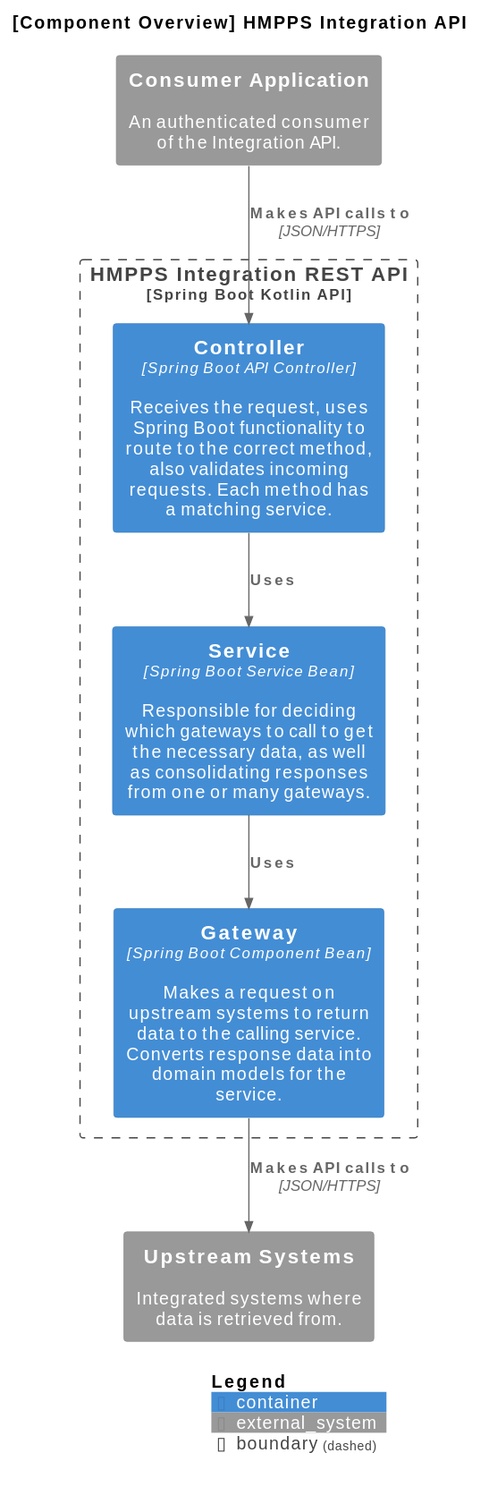
Before: docs/diagrams/component-overview.svg, a diagram exported from PlantUML (ministryofjustice/hmpps-integration-api). Its diagram source:
```plantuml
@startuml
!include https://raw.githubusercontent.com/plantuml-stdlib/C4-PlantUML/master/C4_Container.puml

skinparam linetype polyline

title [Component Overview] HMPPS Integration API

System_Ext(consumer, "Consumer Application", "An authenticated consumer of the Integration API.")

Boundary(spring_boot_api, "HMPPS Integration REST API", "Spring Boot Kotlin API"){
    Container(controller, "Controller", "Spring Boot API Controller", "Receives the request, uses Spring Boot functionality to route to the correct method, also validates incoming requests. Each method has a matching service.")
    Container(service, "Service", "Spring Boot Service Bean", "Responsible for deciding which gateways to call to get the necessary data, as well as consolidating responses from one or many gateways.")
    Container(gateway, "Gateway", "Spring Boot Component Bean", "Makes a request on upstream systems to return data to the calling service. Converts response data into domain models for the service.")
}

System_Ext(upstream, "Upstream Systems", "Integrated systems where data is retrieved from.")


Rel(consumer, controller, "Makes API calls to", "JSON/HTTPS")
Rel_Down(controller, service, "Uses")
Rel_Down(service, gateway, "Uses")
Rel_Down(gateway, upstream, "Makes API calls to", "JSON/HTTPS")

SHOW_DYNAMIC_LEGEND()
@enduml
```
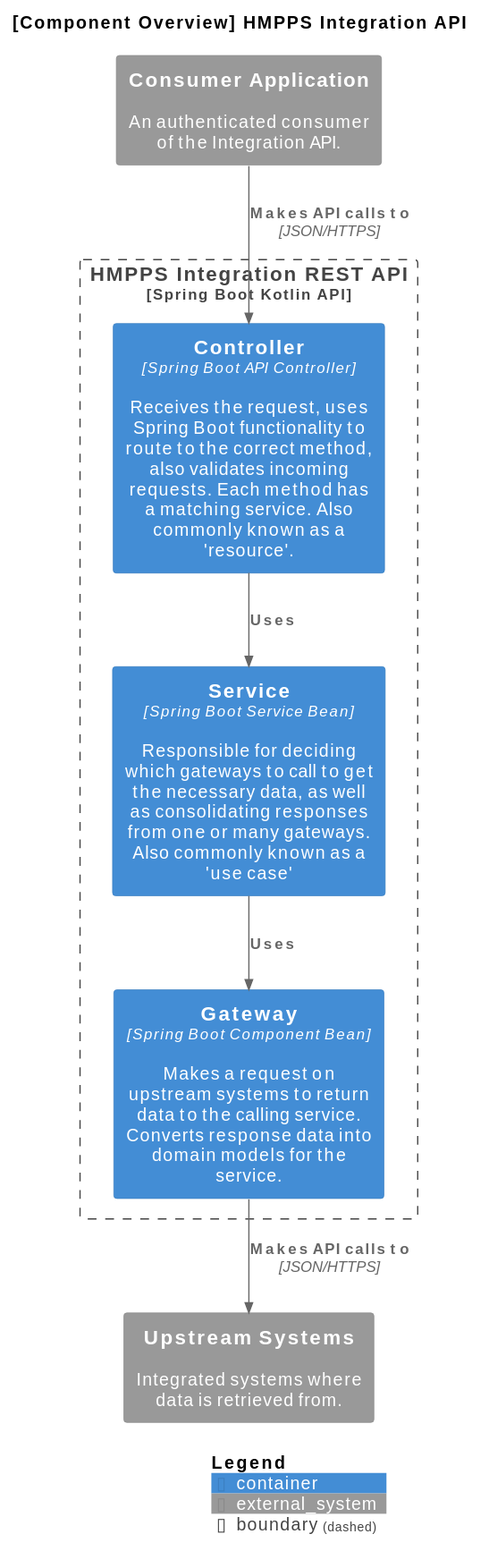
The same diagram one commit later.

Commit message:
Exported .PUML PlantUML diagrams to .SVG

The edit, as a diff of the source:
```diff
@@ -8,8 +8,8 @@
 System_Ext(consumer, "Consumer Application", "An authenticated consumer of the Integration API.")
 
 Boundary(spring_boot_api, "HMPPS Integration REST API", "Spring Boot Kotlin API"){
-    Container(controller, "Controller", "Spring Boot API Controller", "Receives the request, uses Spring Boot functionality to route to the correct method, also validates incoming requests. Each method has a matching service.")
-    Container(service, "Service", "Spring Boot Service Bean", "Responsible for deciding which gateways to call to get the necessary data, as well as consolidating responses from one or many gateways.")
+    Container(controller, "Controller", "Spring Boot API Controller", "Receives the request, uses Spring Boot functionality to route to the correct method, also validates incoming requests. Each method has a matching service. Also commonly known as a 'resource'.")
+    Container(service, "Service", "Spring Boot Service Bean", "Responsible for deciding which gateways to call to get the necessary data, as well as consolidating responses from one or many gateways. Also commonly known as a 'use case'")
     Container(gateway, "Gateway", "Spring Boot Component Bean", "Makes a request on upstream systems to return data to the calling service. Converts response data into domain models for the service.")
 }
 
```
